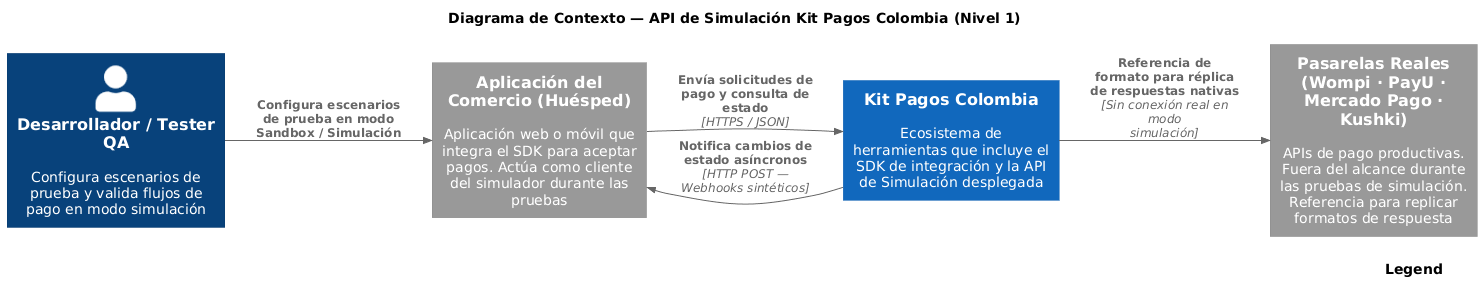
PurosBrothers/Kit-Pagos-Colombia---Tesis keeps this PlantUML diagram as docs/architecture/Simulador API/Context Diagram - C4.png. Above is the earlier version.
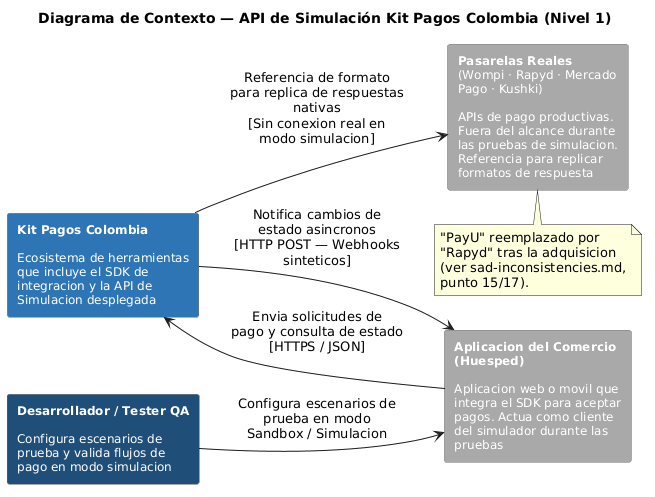
Above is the later version.

Change to the diagram source:
```diff
@@ -1,21 +1,27 @@
 @startuml
-!include https://raw.githubusercontent.com/plantuml-stdlib/C4-PlantUML/master/C4_Context.puml
+title Diagrama de Contexto — API de Simulación Kit Pagos Colombia (Nivel 1)
+left to right direction
+skinparam backgroundColor white
+skinparam rectangleFontSize 12
+skinparam wrapWidth 200
+skinparam rectangle {
+  BorderColor #666666
+  ArrowColor #666666
+  FontColor white
+}
 
-LAYOUT_LEFT_RIGHT()
-SHOW_LEGEND()
+rectangle "**Desarrollador / Tester QA**\n\nConfigura escenarios de\nprueba y valida flujos de\npago en modo simulacion" as Dev #1F4E79
+rectangle "**Aplicacion del Comercio (Huesped)**\n\nAplicacion web o movil que\nintegra el SDK para aceptar\npagos. Actua como cliente\ndel simulador durante las\npruebas" as Comercio #A9A9A9
+rectangle "**Kit Pagos Colombia**\n\nEcosistema de herramientas\nque incluye el SDK de\nintegracion y la API de\nSimulacion desplegada" as KitPagos #2E75B6
+rectangle "**Pasarelas Reales**\n(Wompi · Rapyd · Mercado\nPago · Kushki)\n\nAPIs de pago productivas.\nFuera del alcance durante\nlas pruebas de simulacion.\nReferencia para replicar\nformatos de respuesta" as Pasarelas #A9A9A9
 
-title Diagrama de Contexto — API de Simulación Kit Pagos Colombia (Nivel 1)
+Dev --> Comercio : Configura escenarios de\nprueba en modo\nSandbox / Simulacion
+Comercio --> KitPagos : Envia solicitudes de\npago y consulta de estado\n[HTTPS / JSON]
+KitPagos --> Comercio : Notifica cambios de\nestado asincronos\n[HTTP POST — Webhooks\nsinteticos]
+KitPagos --> Pasarelas : Referencia de formato\npara replica de respuestas\nnativas\n[Sin conexion real en\nmodo simulacion]
 
-Person(dev, "Desarrollador / Tester QA", "Configura escenarios de prueba y valida flujos de pago en modo simulación")
-
-System_Ext(appComercio, "Aplicación del Comercio (Huésped)", "Aplicación web o móvil que integra el SDK para aceptar pagos. Actúa como cliente del simulador durante las pruebas")
-
-System(kitPagos, "Kit Pagos Colombia", "Ecosistema de herramientas que incluye el SDK de integración y la API de Simulación desplegada")
-
-System_Ext(pasarelasReales, "Pasarelas Reales\n(Wompi · PayU · Mercado Pago · Kushki)", "APIs de pago productivas. Fuera del alcance durante las pruebas de simulación. Referencia para replicar formatos de respuesta")
-
-Rel(dev, appComercio, "Configura escenarios de prueba en modo Sandbox / Simulación")
-Rel(appComercio, kitPagos, "Envía solicitudes de pago y consulta de estado", "HTTPS / JSON")
-Rel(kitPagos, appComercio, "Notifica cambios de estado asíncronos", "HTTP POST — Webhooks sintéticos")
-Rel(kitPagos, pasarelasReales, "Referencia de formato para réplica de respuestas nativas", "Sin conexión real en modo simulación")
+note bottom of Pasarelas
+  "PayU" reemplazado por "Rapyd" tras la adquisicion
+  (ver sad-inconsistencies.md, punto 15/17).
+end note
 @enduml
```
